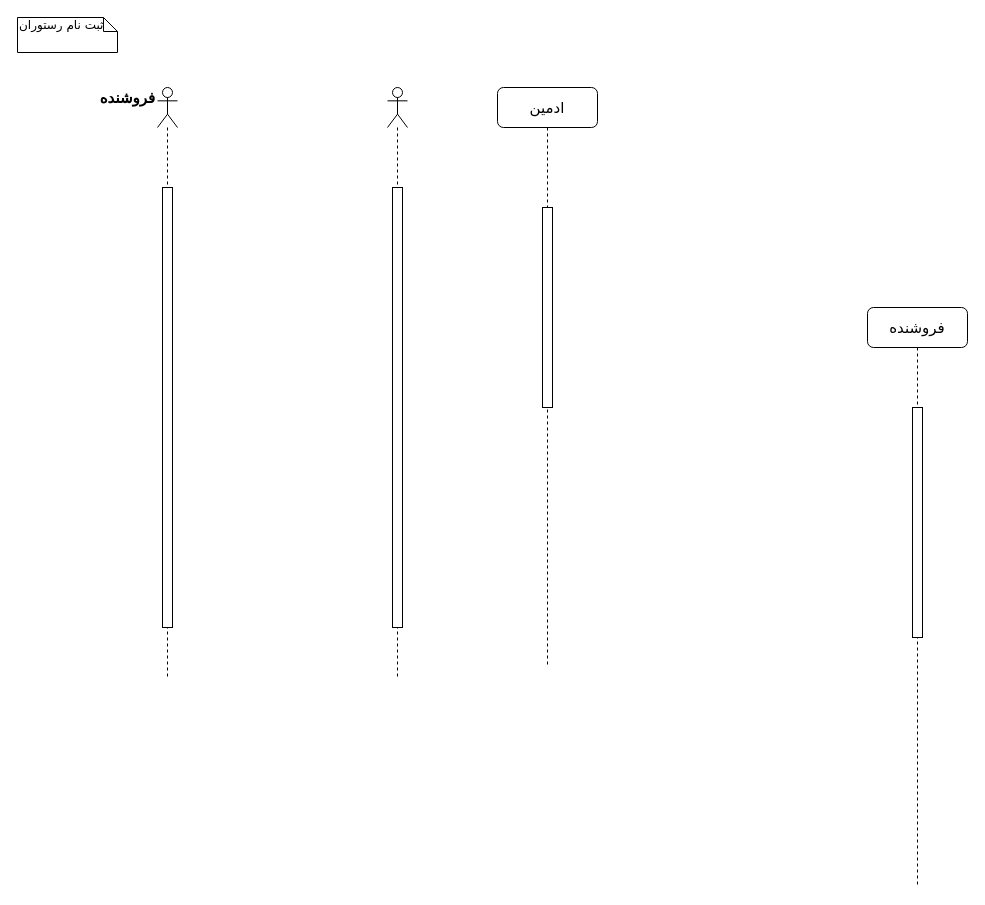
The draw.io diagram seller_signup.drawio in khoramian/TahDig_SoftwareEngineering, before the edit. Source tidied: cells renumbered, new cells numbered last; positions are measured from the earlier drawing's top-left corner, leaving out a move shared by most shapes. Both pictures are drawn from the tidied source at 100%, with x=0, y=0 at pixel (17, 17).
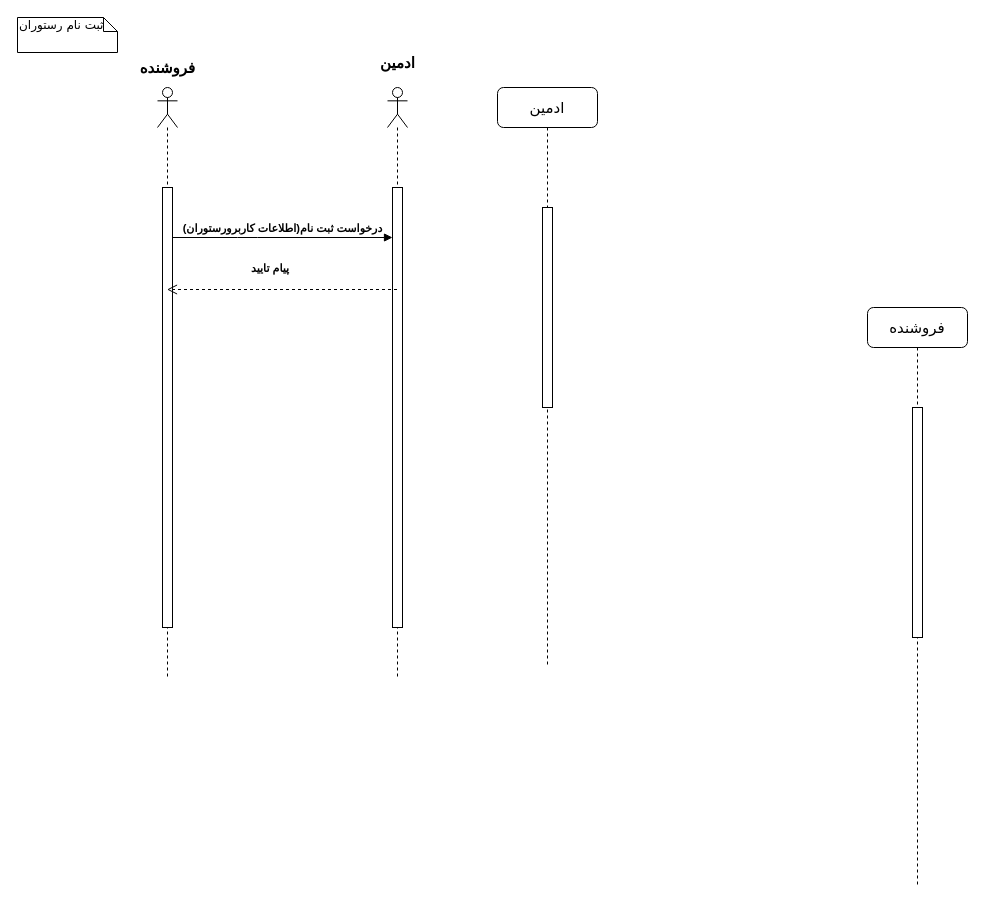
The same diagram, later.

Diff of the diagram source:
```diff
@@
 <mxGraphModel background="#ffffff">
   <root>
     <mxCell id="0" />
     <mxCell id="1" parent="0" />
     <mxCell id="2" value="&lt;font style=&quot;font-size: 15px&quot;&gt;فروشنده&lt;/font&gt;" style="shape=umlLifeline;perimeter=lifelinePerimeter;whiteSpace=wrap;html=1;rounded=1;shadow=0;comic=0;labelBackgroundColor=none;strokeWidth=1;fontFamily=Verdana;fontSize=12;align=center;" parent="1" vertex="1">
       <mxGeometry x="850" y="290" width="100" height="580" as="geometry" />
     </mxCell>
     <mxCell id="3" style="html=1;perimeter=orthogonalPerimeter;rounded=0;shadow=0;comic=0;labelBackgroundColor=none;strokeWidth=1;fontFamily=Verdana;fontSize=12;align=center;" parent="2" vertex="1">
       <mxGeometry x="45" y="100" width="10" height="230" as="geometry" />
     </mxCell>
     <mxCell id="4" value="&lt;font style=&quot;font-size: 15px&quot;&gt;ادمین&lt;/font&gt;" style="shape=umlLifeline;perimeter=lifelinePerimeter;whiteSpace=wrap;html=1;rounded=1;shadow=0;comic=0;labelBackgroundColor=none;strokeWidth=1;fontFamily=Verdana;fontSize=12;align=center;" parent="1" vertex="1">
       <mxGeometry x="480" y="70" width="100" height="580" as="geometry" />
     </mxCell>
     <mxCell id="5" style="html=1;perimeter=orthogonalPerimeter;rounded=0;shadow=0;comic=0;labelBackgroundColor=none;strokeWidth=1;fontFamily=Verdana;fontSize=12;align=center;" parent="4" vertex="1">
       <mxGeometry x="45" y="120" width="10" height="200" as="geometry" />
     </mxCell>
     <mxCell id="6" value="ثبت نام رستوران " style="shape=note;whiteSpace=wrap;html=1;size=14;verticalAlign=top;align=left;spacingTop=-6;rounded=0;shadow=0;comic=0;labelBackgroundColor=none;strokeWidth=1;fontFamily=Verdana;fontSize=12;" parent="1" vertex="1">
       <mxGeometry width="100" height="35" as="geometry" />
     </mxCell>
     <mxCell id="7" style="shape=umlLifeline;participant=umlActor;perimeter=lifelinePerimeter;whiteSpace=wrap;html=1;verticalAlign=top;spacingTop=36;" parent="1" vertex="1">
       <mxGeometry x="140" y="70" width="20" height="590" as="geometry" />
     </mxCell>
     <mxCell id="8" style="html=1;points=[];perimeter=orthogonalPerimeter;rounded=0;shadow=0;comic=0;labelBackgroundColor=none;strokeWidth=1;fontFamily=Verdana;fontSize=12;align=center;" parent="1" vertex="1">
       <mxGeometry x="145" y="170" width="10" height="440" as="geometry" />
     </mxCell>
     <mxCell id="9" value="&lt;font style=&quot;font-size: 15px&quot;&gt;&lt;b&gt;فروشنده&lt;/b&gt;&lt;/font&gt;" style="text;html=1;align=center;verticalAlign=middle;" parent="1" vertex="1">
-      <mxGeometry x="80" y="70" width="60" height="20" as="geometry" />
+      <mxGeometry x="120" y="40" width="60" height="20" as="geometry" />
     </mxCell>
     <mxCell id="10" style="shape=umlLifeline;participant=umlActor;perimeter=lifelinePerimeter;whiteSpace=wrap;html=1;verticalAlign=top;spacingTop=36;" parent="1" vertex="1">
       <mxGeometry x="370" y="70" width="20" height="590" as="geometry" />
     </mxCell>
     <mxCell id="11" style="html=1;points=[];perimeter=orthogonalPerimeter;rounded=0;shadow=0;comic=0;labelBackgroundColor=none;strokeWidth=1;fontFamily=Verdana;fontSize=12;align=center;" parent="10" vertex="1">
       <mxGeometry x="5" y="100" width="10" height="440" as="geometry" />
     </mxCell>
+    <mxCell id="12" value="&lt;b&gt;&lt;font style=&quot;font-size: 15px&quot;&gt;ادمین&lt;/font&gt;&lt;/b&gt;" style="text;html=1;align=center;verticalAlign=middle;" parent="1" vertex="1">
+      <mxGeometry x="360" y="35" width="40" height="20" as="geometry" />
+    </mxCell>
+    <mxCell id="13" value="&lt;b&gt;درخواست ثبت نام(اطلاعات کاربرورستوران)&lt;/b&gt;" style="html=1;verticalAlign=bottom;endArrow=block;" parent="1" edge="1" source="8" target="11">
+      <mxGeometry relative="1" as="geometry">
+        <Array as="points">
+          <mxPoint x="230" y="220" />
+        </Array>
+      </mxGeometry>
+    </mxCell>
+    <mxCell id="14" value="&lt;b&gt;&amp;nbsp;پیام تایید&lt;br&gt;&lt;/b&gt;" style="html=1;verticalAlign=bottom;endArrow=open;dashed=1;endSize=8;" parent="1" edge="1">
+      <mxGeometry x="0.13" y="-12" relative="1" as="geometry">
+        <mxPoint x="379.5" y="272" as="sourcePoint" />
+        <mxPoint x="149.5" y="272" as="targetPoint" />
+        <Array as="points">
+          <mxPoint x="250" y="272" />
+        </Array>
+        <mxPoint x="1" as="offset" />
+      </mxGeometry>
+    </mxCell>
   </root>
 </mxGraphModel>
```
